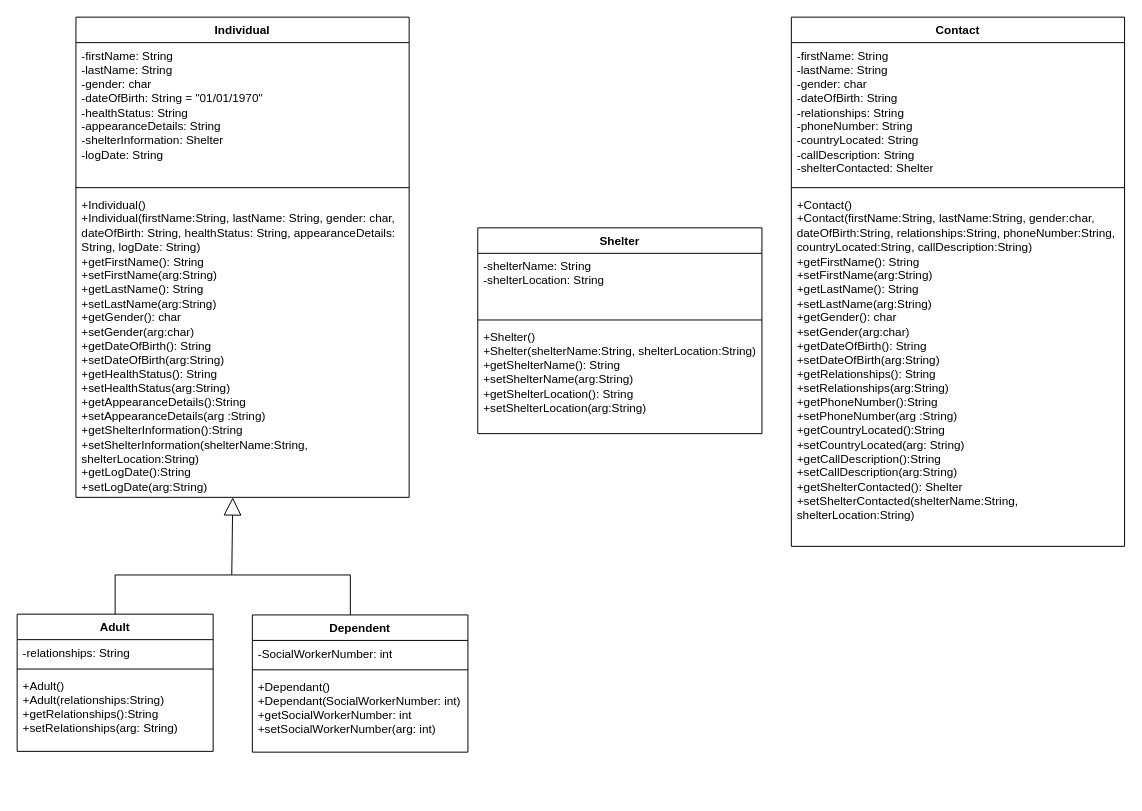
ENSF-380-Group-25/Project-1 keeps this draw.io diagram as disaster_recover_UML_25.drawio. Above is the earlier version. Source tidied: cells renumbered, new cells numbered last; positions are measured from the earlier drawing's top-left corner, leaving out a move shared by most shapes. Both pictures are drawn from the tidied source at 98%, with x=0, y=0 at pixel (17, 17).
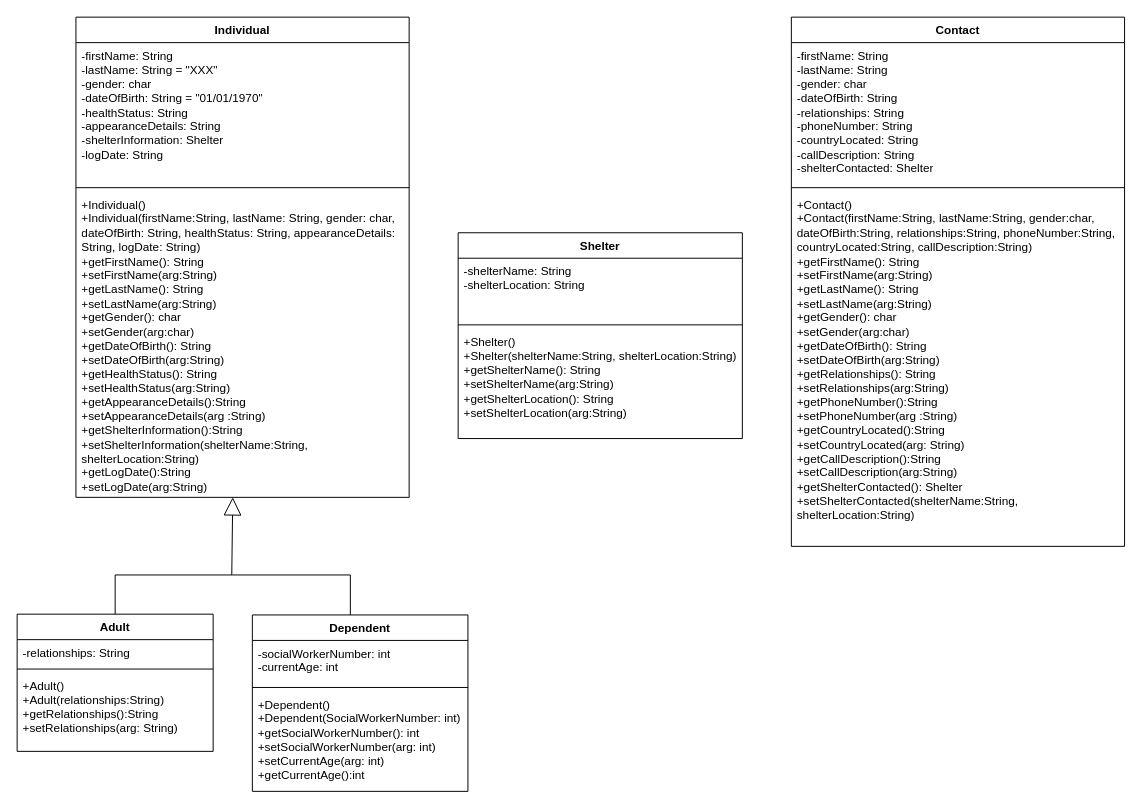
Above is the later version.

Unchanged cells that the change refers to:
```xml
<mxCell id="2" value="Individual" style="swimlane;fontStyle=1;align=center;verticalAlign=top;horizontal=1;startSize=26;whiteSpace=wrap;html=1;" parent="1" vertex="1">
  <mxGeometry x="60" width="340" height="490" as="geometry" />
</mxCell>
```

The edit, as a diff of the source:
```diff
@@
-    <mxCell id="3" value="-firstName: String&lt;div&gt;-lastName: String&lt;/div&gt;&lt;div&gt;-gender: char&lt;/div&gt;&lt;div&gt;-dateOfBirth: String = &quot;01/01/1970&quot;&lt;/div&gt;&lt;div&gt;-healthStatus: String&lt;/div&gt;&lt;div&gt;-appearanceDetails: String&lt;/div&gt;&lt;div&gt;-shelterInformation: Shelter&lt;/div&gt;&lt;div&gt;-logDate: String&lt;/div&gt;&lt;div&gt;&lt;br&gt;&lt;/div&gt;&lt;div&gt;&lt;br&gt;&lt;/div&gt;" style="text;strokeColor=none;fillColor=none;align=left;verticalAlign=top;spacingLeft=4;spacingRight=4;overflow=hidden;whiteSpace=wrap;html=1;" parent="2" vertex="1">
+    <mxCell id="3" value="-firstName: String&lt;div&gt;-lastName: String = &quot;XXX&quot;&lt;/div&gt;&lt;div&gt;-gender: char&lt;/div&gt;&lt;div&gt;-dateOfBirth: String = &quot;01/01/1970&quot;&lt;/div&gt;&lt;div&gt;-healthStatus: String&lt;/div&gt;&lt;div&gt;-appearanceDetails: String&lt;/div&gt;&lt;div&gt;-shelterInformation: Shelter&lt;/div&gt;&lt;div&gt;-logDate: String&lt;/div&gt;&lt;div&gt;&lt;br&gt;&lt;/div&gt;&lt;div&gt;&lt;br&gt;&lt;/div&gt;" style="text;strokeColor=none;fillColor=none;align=left;verticalAlign=top;spacingLeft=4;spacingRight=4;overflow=hidden;whiteSpace=wrap;html=1;" parent="2" vertex="1">
       <mxGeometry y="26" width="340" height="144" as="geometry" />
     </mxCell>
@@
     <mxCell id="14" value="Dependent" style="swimlane;fontStyle=1;align=center;verticalAlign=top;horizontal=1;startSize=26;whiteSpace=wrap;html=1;" parent="1" vertex="1">
-      <mxGeometry x="240" y="610" width="220" height="140" as="geometry" />
+      <mxGeometry x="240" y="610" width="220" height="180" as="geometry" />
     </mxCell>
-    <mxCell id="15" value="-SocialWorkerNumber: int" style="text;strokeColor=none;fillColor=none;align=left;verticalAlign=top;spacingLeft=4;spacingRight=4;overflow=hidden;whiteSpace=wrap;html=1;" parent="14" vertex="1">
-      <mxGeometry y="26" width="220" height="26" as="geometry" />
+    <mxCell id="15" value="-socialWorkerNumber: int&lt;div&gt;-currentAge: int&lt;/div&gt;" style="text;strokeColor=none;fillColor=none;align=left;verticalAlign=top;spacingLeft=4;spacingRight=4;overflow=hidden;whiteSpace=wrap;html=1;" parent="14" vertex="1">
+      <mxGeometry y="26" width="220" height="44" as="geometry" />
     </mxCell>
     <mxCell id="16" style="line;strokeWidth=1;fillColor=none;align=left;verticalAlign=middle;spacingTop=-1;spacingLeft=3;spacingRight=3;labelPosition=right;strokeColor=inherit;" parent="14" vertex="1">
-      <mxGeometry y="52" width="220" height="8" as="geometry" />
+      <mxGeometry y="70" width="220" height="8" as="geometry" />
     </mxCell>
-    <mxCell id="17" value="&lt;div&gt;+Dependant()&lt;/div&gt;&lt;div&gt;+Dependant(SocialWorkerNumber: int)&lt;/div&gt;+getSocialWorkerNumber: int&lt;div&gt;+setSocialWorkerNumber(arg: int)&lt;/div&gt;" style="text;strokeColor=none;fillColor=none;align=left;verticalAlign=top;spacingLeft=4;spacingRight=4;overflow=hidden;whiteSpace=wrap;html=1;" parent="14" vertex="1">
-      <mxGeometry y="60" width="220" height="80" as="geometry" />
+    <mxCell id="17" value="&lt;div&gt;+Dependent()&lt;/div&gt;&lt;div&gt;+Dependent(SocialWorkerNumber: int)&lt;/div&gt;+getSocialWorkerNumber(): int&lt;div&gt;+setSocialWorkerNumber(arg: int)&lt;/div&gt;&lt;div&gt;+setCurrentAge(arg: int)&lt;/div&gt;&lt;div&gt;+getCurrentAge():int&lt;/div&gt;" style="text;strokeColor=none;fillColor=none;align=left;verticalAlign=top;spacingLeft=4;spacingRight=4;overflow=hidden;whiteSpace=wrap;html=1;" parent="14" vertex="1">
+      <mxGeometry y="78" width="220" height="102" as="geometry" />
     </mxCell>
@@
     <mxCell id="19" value="Shelter" style="swimlane;fontStyle=1;align=center;verticalAlign=top;horizontal=1;startSize=26;whiteSpace=wrap;html=1;" parent="1" vertex="1">
-      <mxGeometry x="470" y="215" width="290" height="210" as="geometry" />
+      <mxGeometry x="450" y="220" width="290" height="210" as="geometry" />
     </mxCell>
```
